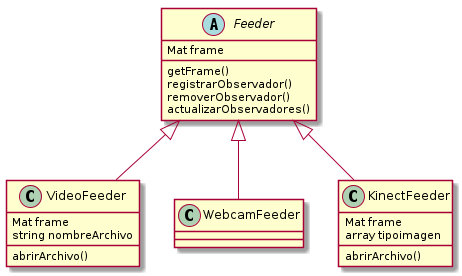
The PlantUML diagram Diagrama/feeder.png in agustinavila/ProyectoVision, before a commit.
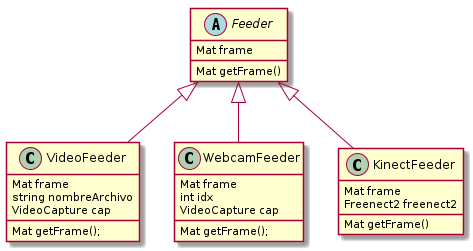
Later version of the same file.

Diff of the diagram source:
```diff
@@ -2,27 +2,29 @@
 
 abstract class Feeder{
 	Mat frame
-	getFrame()
-	registrarObservador()
-	removerObservador()
-	actualizarObservadores()
+	Mat getFrame()
 }
 
 class VideoFeeder{
 	Mat frame
 	string nombreArchivo
-	abrirArchivo()
+	VideoCapture cap
+	Mat getFrame();
 }
 Feeder<|--VideoFeeder
 
 class WebcamFeeder{
+	Mat frame
+	int idx
+	VideoCapture cap
+	Mat getFrame();
 }
 Feeder<|--WebcamFeeder
 
 class KinectFeeder{
 	Mat frame
-	array tipoimagen
-	abrirArchivo()
+	Freenect2 freenect2
+	Mat getFrame()
 }
 Feeder<|--KinectFeeder
 @enduml
```
